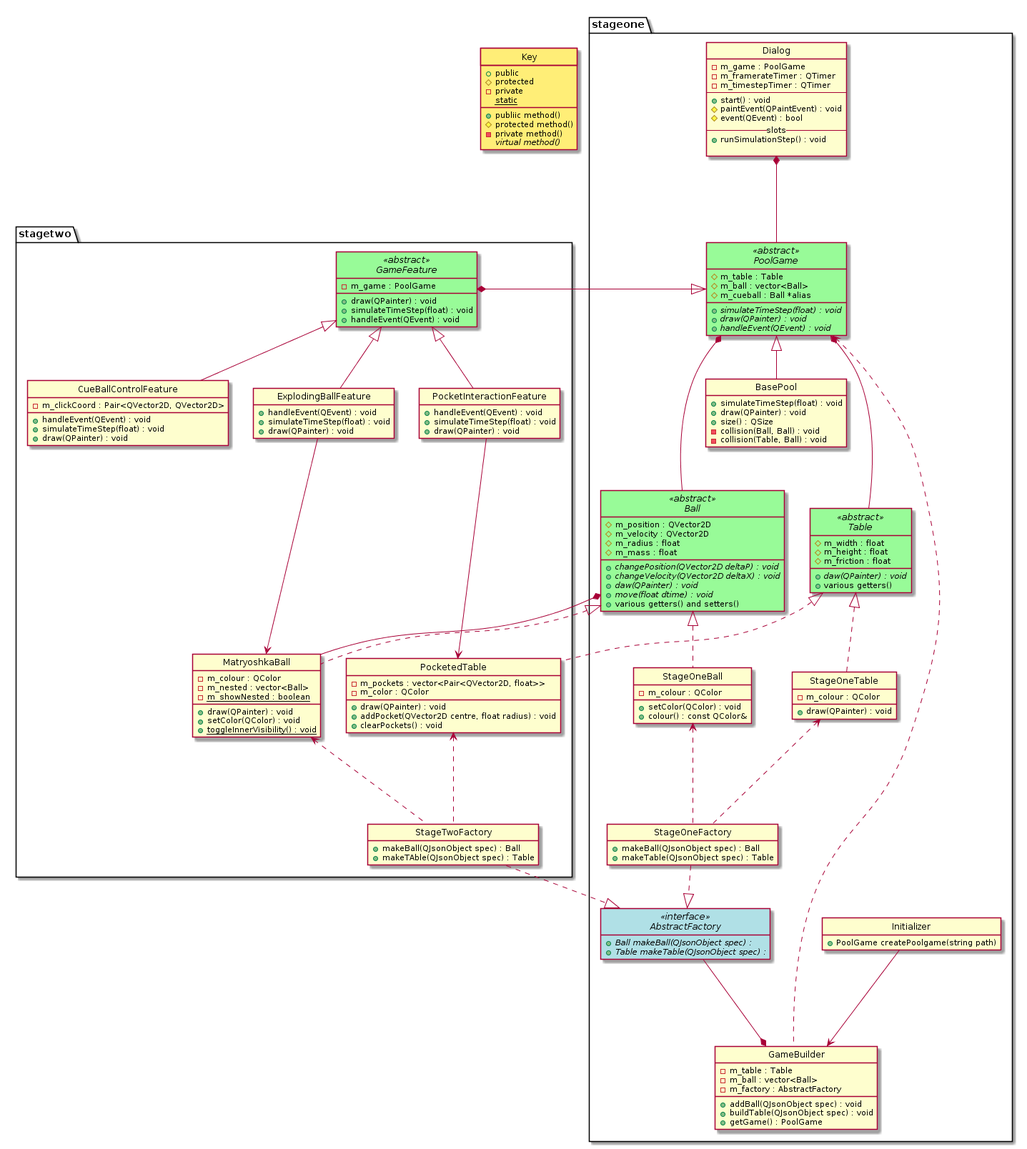
Before: newclass.png, a diagram exported from PlantUML (KittenHero/QtPoolGame).
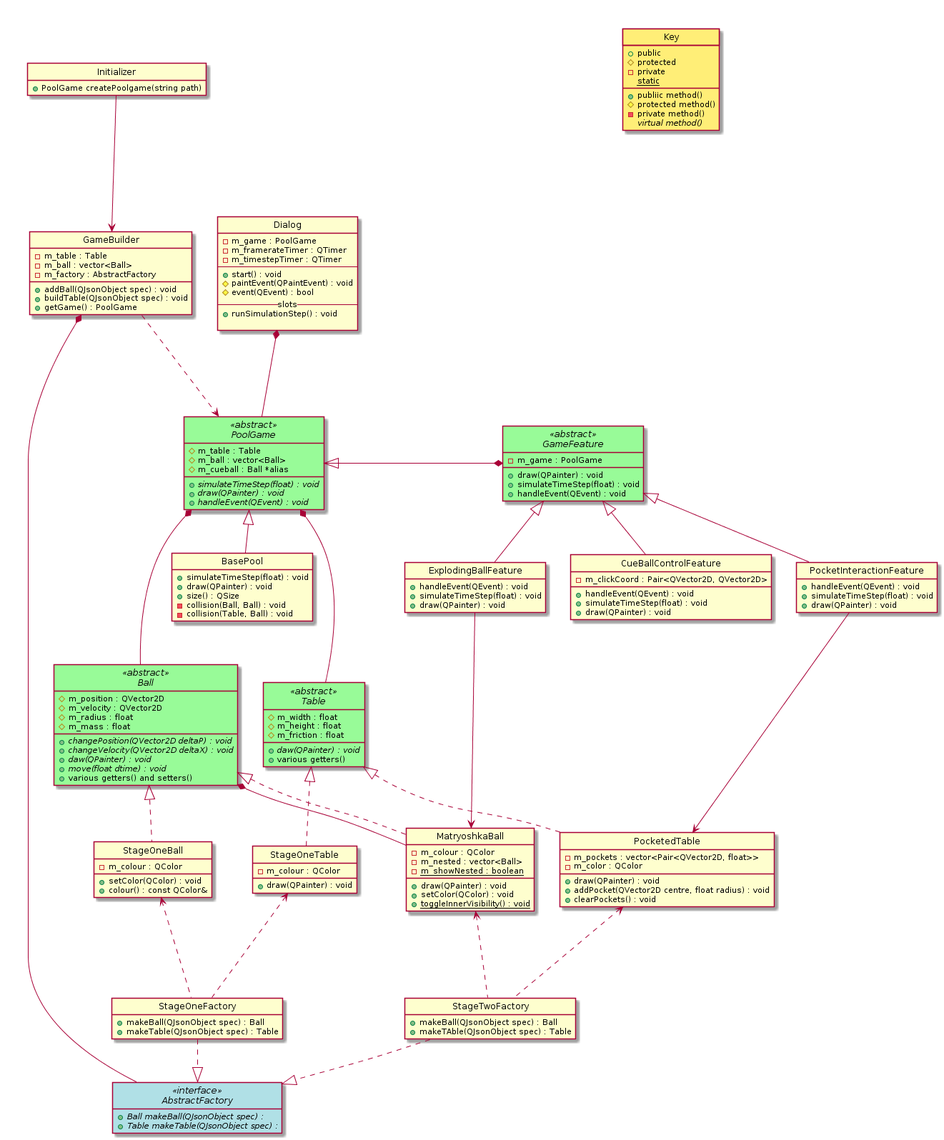
After the change.

Commit message:
removed visual ugly

Diff of the diagram source:
```diff
@@ -1,5 +1,5 @@
 @startuml
-package stageone {
+together {
     class Initializer {
         +PoolGame createPoolgame(string path)
     }
@@ -90,7 +90,7 @@
 
 }
 
-package stagetwo {
+together {
 
     class StageTwoFactory {
         + makeBall(QJsonObject spec) : Ball
@@ -142,6 +142,7 @@
         +clearPockets() : void
     }
 }
+
 Initializer                 --->    GameBuilder
 
 Dialog                      *---    PoolGame
@@ -166,7 +167,7 @@
 PocketInteractionFeature    --->    PocketedTable
 
 AbstractFactory             ---*    GameBuilder
-PoolGame                    <...    GameBuilder
+GameBuilder                 ...>    PoolGame
 
 StageOneFactory             ..|>    AbstractFactory
 StageTwoFactory             ..|>    AbstractFactory
@@ -176,17 +177,17 @@
 
 PocketedTable               <...    StageTwoFactory
 MatryoshkaBall              <...    StageTwoFactory
-
-
-class Key #ffee77 {
-	+public
-	#protected
-	-private
-	+publiic method()
-	#protected method()
-	-private method()
-	{abstract} virtual method()
-	{static} static
+together {
+    class Key #ffee77 {
+    	+public
+    	#protected
+    	-private
+    	+publiic method()
+    	#protected method()
+    	-private method()
+    	{abstract} virtual method()
+    	{static} static
+    }
 }
 
 skinparam Class {
```
